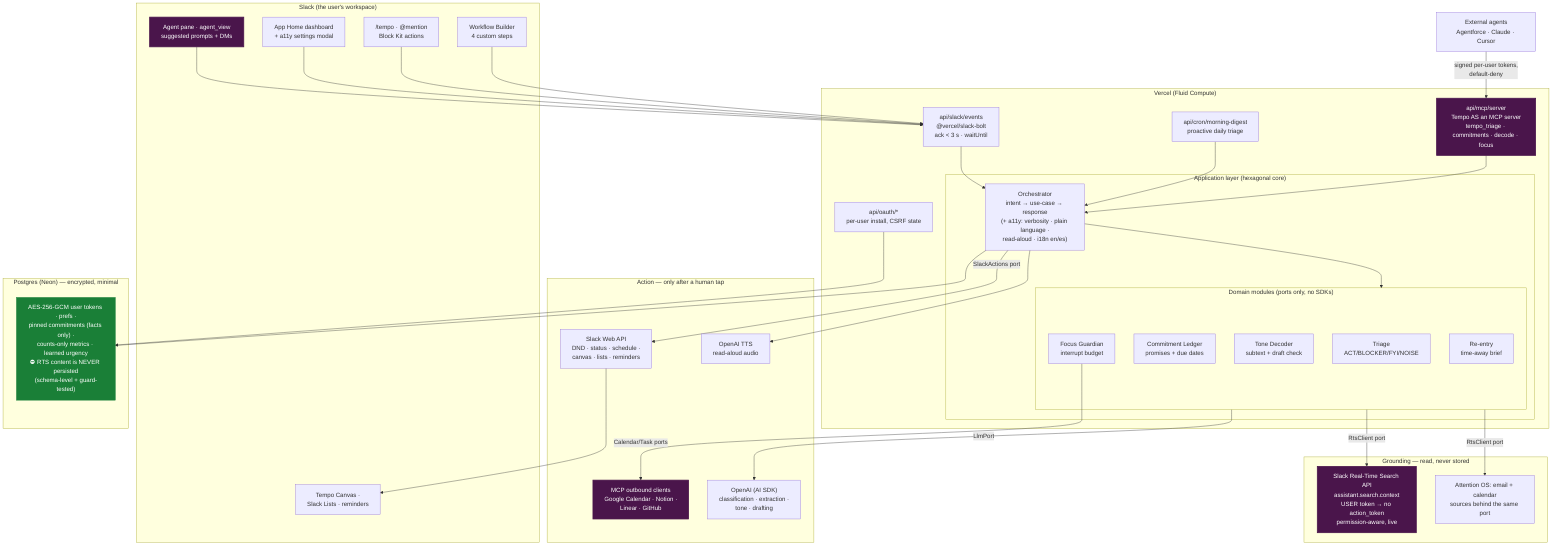
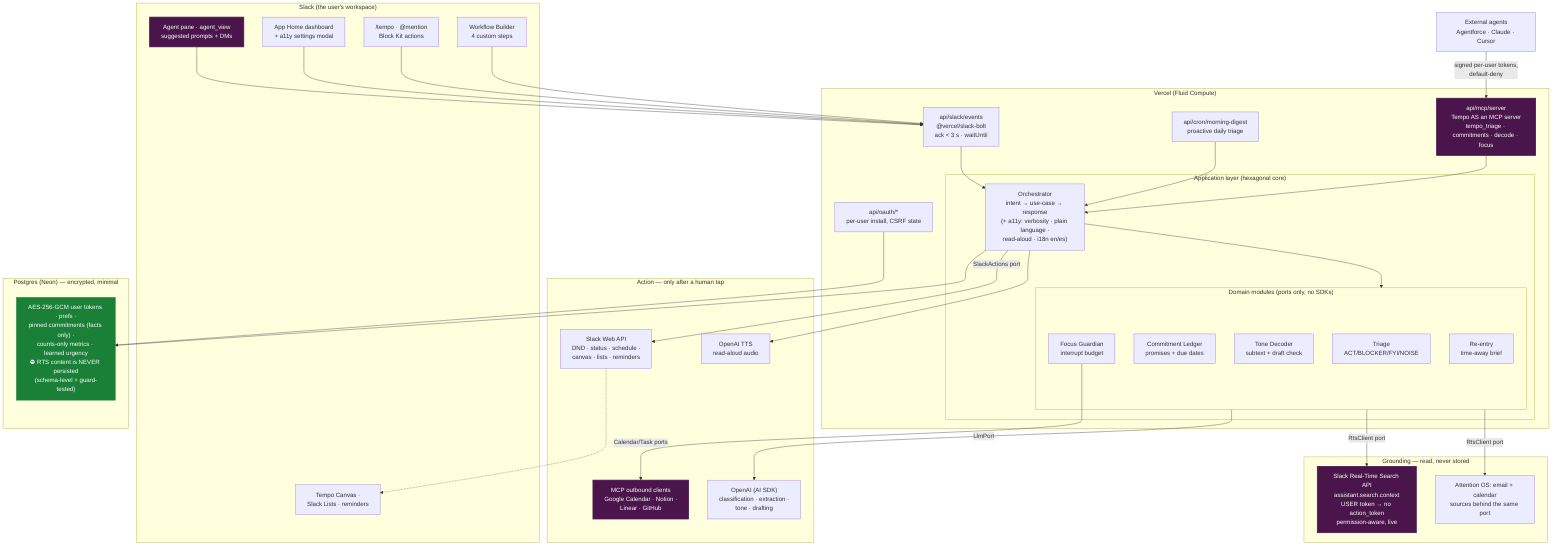
%% Tempo — architecture diagram (Devpost submission asset)
- %% Render: npx -y @mermaid-js/mermaid-cli -i docs/architecture.mmd -o docs/architecture.svg -b transparent
+ %% Render: npx -y @mermaid-js/mermaid-cli -i docs/architecture.mmd -o docs/architecture.png -c docs/mermaid.json -b '#0d1117' -w 2200 -s 2
%% The three required technologies are the highlighted nodes: RTS API, MCP (both directions), Slack AI surfaces.
flowchart TB
    subgraph SLACK["Slack (the user's workspace)"]
        AGENT["Agent pane · agent_view<br/>suggested prompts + DMs"]
        HOME["App Home dashboard<br/>+ a11y settings modal"]
        CMD["/tempo · @mention<br/>Block Kit actions"]
        WF["Workflow Builder<br/>4 custom steps"]
        CANVAS["Tempo Canvas ·<br/>Slack Lists · reminders"]
    end

    subgraph VERCEL["Vercel (Fluid Compute)"]
        EVENTS["api/slack/events<br/>@vercel/slack-bolt<br/>ack &lt; 3 s · waitUntil"]
        CRON["api/cron/morning-digest<br/>proactive daily triage"]
        OAUTH["api/oauth/*<br/>per-user install, CSRF state"]
        MCPIN["api/mcp/server<br/>Tempo AS an MCP server<br/>tempo_triage · commitments · decode · focus"]

        subgraph APP["Application layer (hexagonal core)"]
            ORCH["Orchestrator<br/>intent → use-case → response<br/>(+ a11y: verbosity · plain language ·<br/>read-aloud · i18n en/es)"]
            subgraph MODULES["Domain modules (ports only, no SDKs)"]
                TRIAGE["Triage<br/>ACT/BLOCKER/FYI/NOISE"]
                LEDGER["Commitment Ledger<br/>promises + due dates"]
                TONE["Tone Decoder<br/>subtext + draft check"]
                FOCUS["Focus Guardian<br/>interrupt budget"]
                REENTRY["Re-entry<br/>time-away brief"]
            end
        end
    end

    subgraph GROUND["Grounding — read, never stored"]
        RTS["Slack Real-Time Search API<br/>assistant.search.context<br/>USER token → no action_token<br/>permission-aware, live"]
        MULTI["Attention OS: email + calendar<br/>sources behind the same port"]
    end

    subgraph ACT["Action — only after a human tap"]
        WEBAPI["Slack Web API<br/>DND · status · schedule ·<br/>canvas · lists · reminders"]
        MCPOUT["MCP outbound clients<br/>Google Calendar · Notion ·<br/>Linear · GitHub"]
        LLM["OpenAI (AI SDK)<br/>classification · extraction ·<br/>tone · drafting"]
        TTS["OpenAI TTS<br/>read-aloud audio"]
    end

    subgraph STORE["Postgres (Neon) — encrypted, minimal"]
        DB["AES-256-GCM user tokens · prefs ·<br/>pinned commitments (facts only) ·<br/>counts-only metrics · learned urgency<br/>⛔ RTS content is NEVER persisted<br/>(schema-level + guard-tested)"]
    end

    EXT["External agents<br/>Agentforce · Claude · Cursor"] -->|"signed per-user tokens,<br/>default-deny"| MCPIN

    AGENT & HOME & CMD & WF --> EVENTS
    EVENTS --> ORCH
    CRON --> ORCH
    MCPIN --> ORCH
    OAUTH --> DB
    ORCH --> MODULES
    MODULES -->|RtsClient port| RTS
    MODULES -->|RtsClient port| MULTI
    MODULES -->|LlmPort| LLM
    FOCUS -->|Calendar/Task ports| MCPOUT
    ORCH -->|SlackActions port| WEBAPI
    ORCH --> TTS
    ORCH --> DB
-     WEBAPI --> CANVAS
+     WEBAPI -.-> CANVAS

    classDef tech fill:#4A154B,stroke:#4A154B,color:#fff,stroke-width:2px
    classDef privacy fill:#1a7f37,stroke:#1a7f37,color:#fff
    class RTS,MCPIN,MCPOUT,AGENT tech
    class DB privacy
